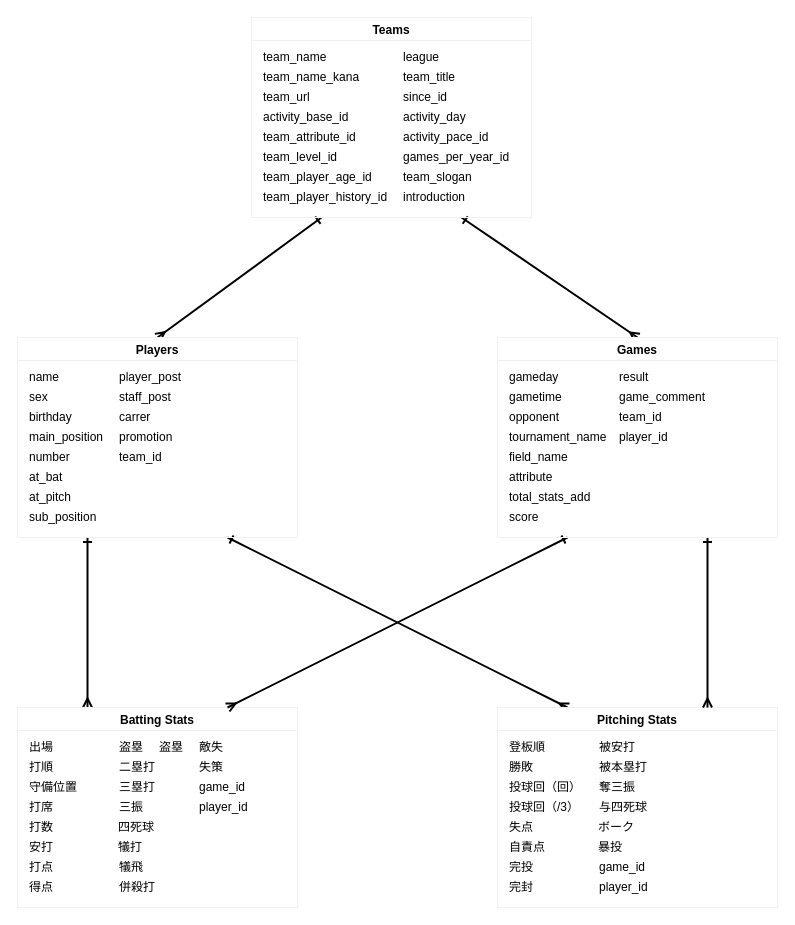
The draw.io diagram er.dio in takahiro-awaji/baseball_players, before the edit. Source tidied: cells renumbered, new cells numbered last; positions are measured from the earlier drawing's top-left corner, leaving out a move shared by most shapes. Both pictures are drawn from the tidied source at 100%, with x=0, y=0 at pixel (17, 17).
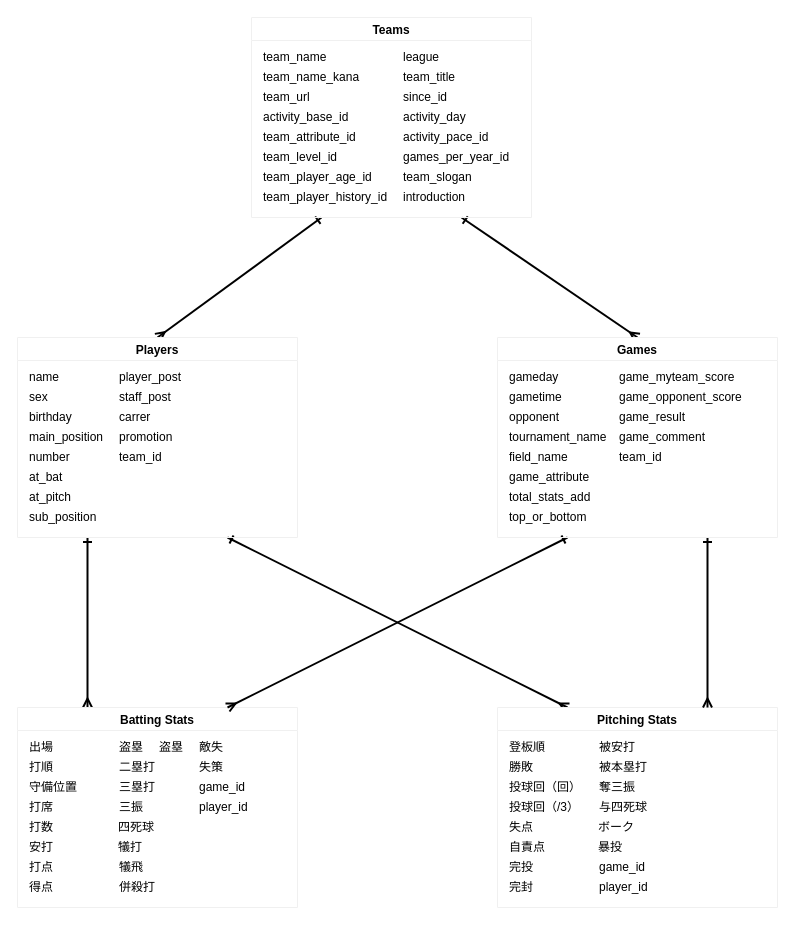
Above is the later version.

The change refers to these unchanged cells:
```xml
<mxCell id="77" value="Games" style="swimlane;labelBackgroundColor=none;strokeColor=#f0f0f0;align=center;" parent="1" vertex="1">
  <mxGeometry x="480" y="320" width="280" height="200" as="geometry" />
</mxCell>
```

Change to the diagram source:
```diff
@@
-    <mxCell id="81" value="attribute" style="text;html=1;align=left;verticalAlign=middle;" parent="77" vertex="1">
-      <mxGeometry x="10" y="130" width="60" height="20" as="geometry" />
+    <mxCell id="81" value="game_attribute" style="text;html=1;align=left;verticalAlign=middle;" parent="77" vertex="1">
+      <mxGeometry x="10" y="130" width="90" height="20" as="geometry" />
     </mxCell>
-    <mxCell id="82" value="score" style="text;html=1;align=left;verticalAlign=middle;" parent="77" vertex="1">
-      <mxGeometry x="10" y="170" width="40" height="20" as="geometry" />
+    <mxCell id="82" value="game_opponent_score" style="text;html=1;align=left;verticalAlign=middle;" parent="77" vertex="1">
+      <mxGeometry x="120" y="50" width="140" height="20" as="geometry" />
     </mxCell>
@@
     <mxCell id="84" value="game_comment" style="text;html=1;align=left;verticalAlign=middle;" parent="77" vertex="1">
-      <mxGeometry x="120" y="50" width="100" height="20" as="geometry" />
+      <mxGeometry x="120" y="90" width="100" height="20" as="geometry" />
     </mxCell>
-    <mxCell id="85" value="result" style="text;html=1;align=left;verticalAlign=middle;" parent="77" vertex="1">
-      <mxGeometry x="120" y="30" width="40" height="20" as="geometry" />
+    <mxCell id="85" value="game_result" style="text;html=1;align=left;verticalAlign=middle;" parent="77" vertex="1">
+      <mxGeometry x="120" y="70" width="80" height="20" as="geometry" />
     </mxCell>
-    <mxCell id="86" value="player_id" style="text;html=1;align=left;verticalAlign=middle;" parent="77" vertex="1">
-      <mxGeometry x="120" y="90" width="60" height="20" as="geometry" />
-    </mxCell>
     <mxCell id="87" value="team_id" style="text;html=1;align=left;verticalAlign=middle;" parent="77" vertex="1">
-      <mxGeometry x="120" y="70" width="60" height="20" as="geometry" />
+      <mxGeometry x="120" y="110" width="60" height="20" as="geometry" />
     </mxCell>
@@
+    <mxCell id="91" value="top_or_bottom" style="text;html=1;align=left;verticalAlign=middle;" parent="77" vertex="1">
+      <mxGeometry x="10" y="170" width="90" height="20" as="geometry" />
+    </mxCell>
+    <mxCell id="92" value="game_myteam_score" style="text;html=1;align=left;verticalAlign=middle;" parent="77" vertex="1">
+      <mxGeometry x="120" y="30" width="130" height="20" as="geometry" />
+    </mxCell>
```
